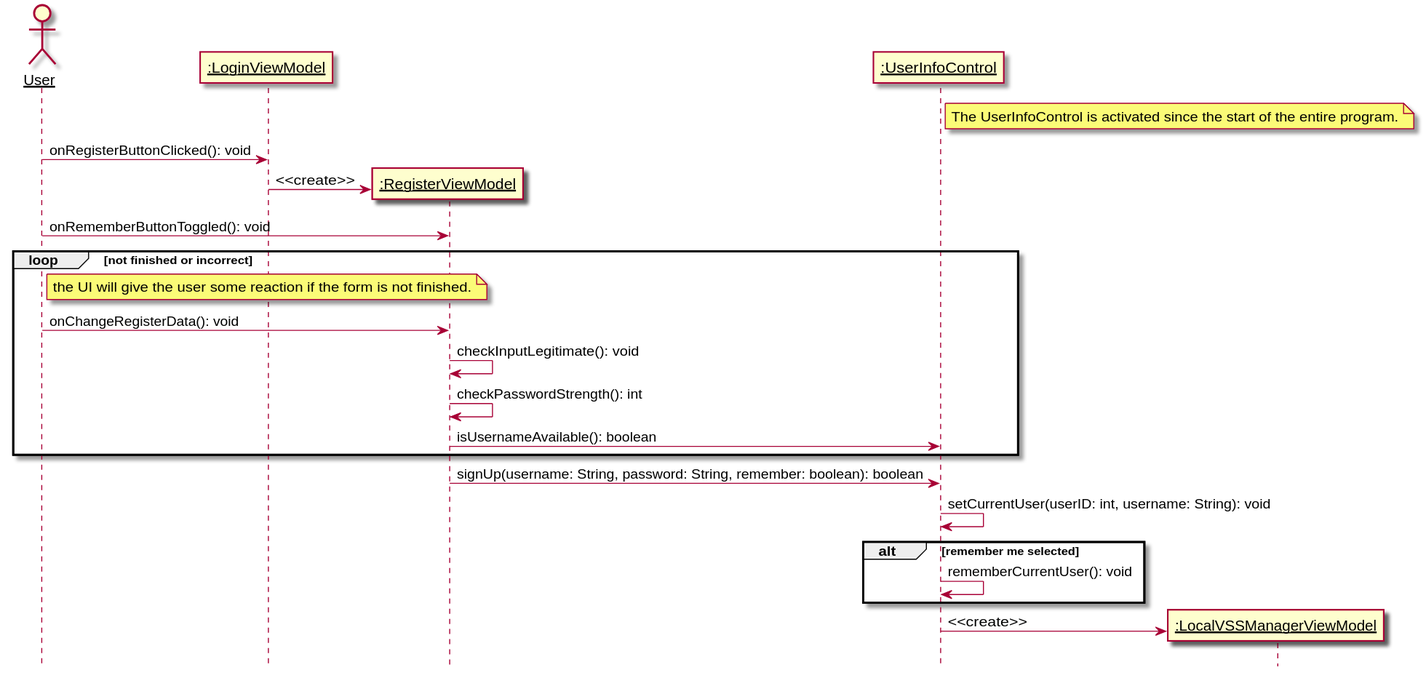
The PlantUML diagram 设计/Diagrams/Register.svg in kpp19920121/doc, before a commit.
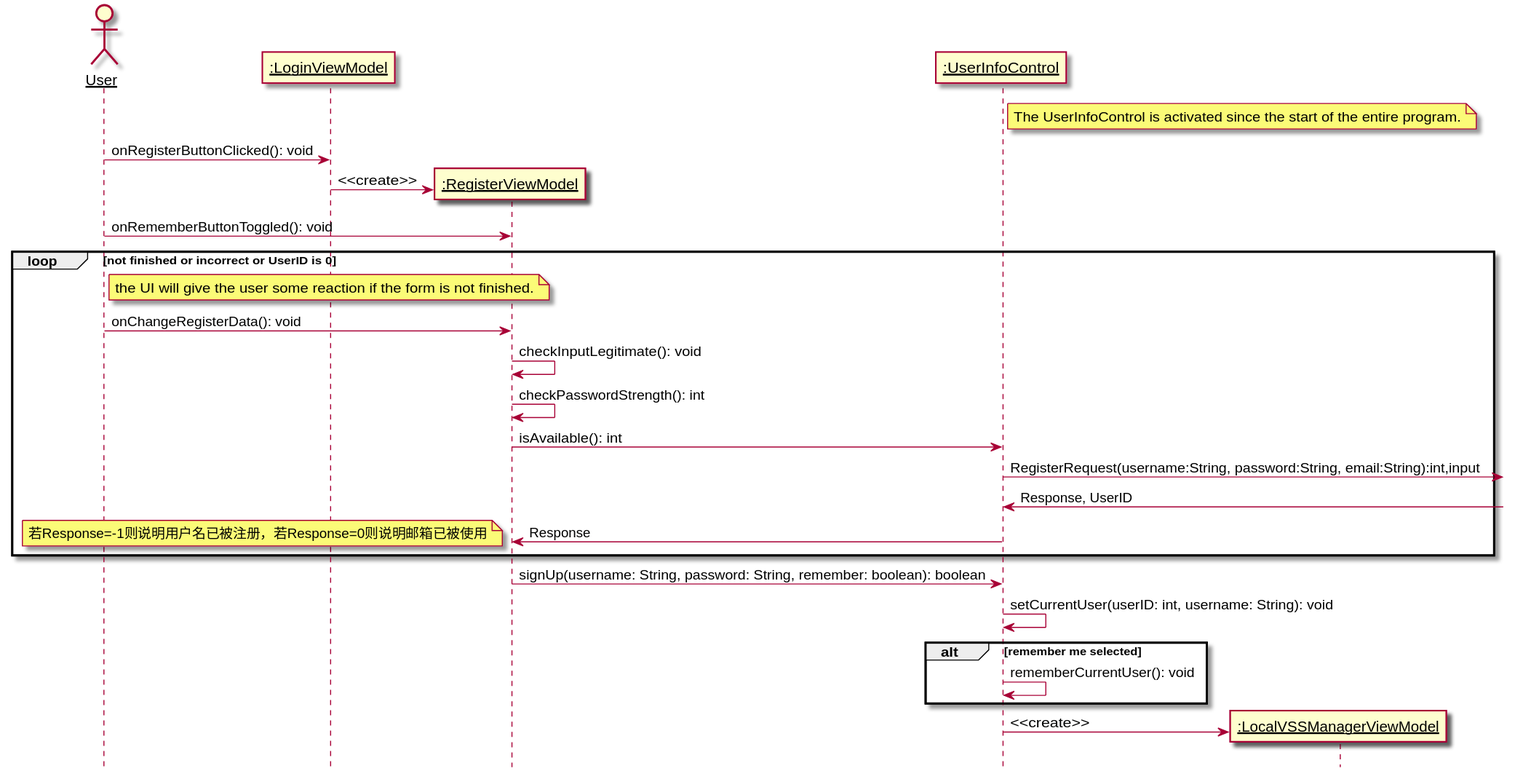
The same diagram one commit later.

Change to the diagram source:
```diff
@@ -16,14 +16,18 @@
 loginpage -> boundary: <<create>>
 
 user -> boundary: onRememberButtonToggled(): void
-loop not finished or incorrect
+loop not finished or incorrect or UserID is 0
     note right of user
         the UI will give the user some reaction if the form is not finished.
     end note
     user -> boundary: onChangeRegisterData(): void
     boundary -> boundary: checkInputLegitimate(): void
     boundary -> boundary: checkPasswordStrength(): int
-    boundary -> control: isUsernameAvailable(): boolean
+    boundary -> control: isAvailable(): int
+    control ->:RegisterRequest(username:String, password:String, email:String):int,input
+    control <-:Response, UserID
+    control->boundary:Response
+    note left:若Response=-1则说明用户名已被注册，若Response=0则说明邮箱已被使用
 end
 
 boundary -> control: signUp(username: String, password: String, remember: boolean): boolean
```
